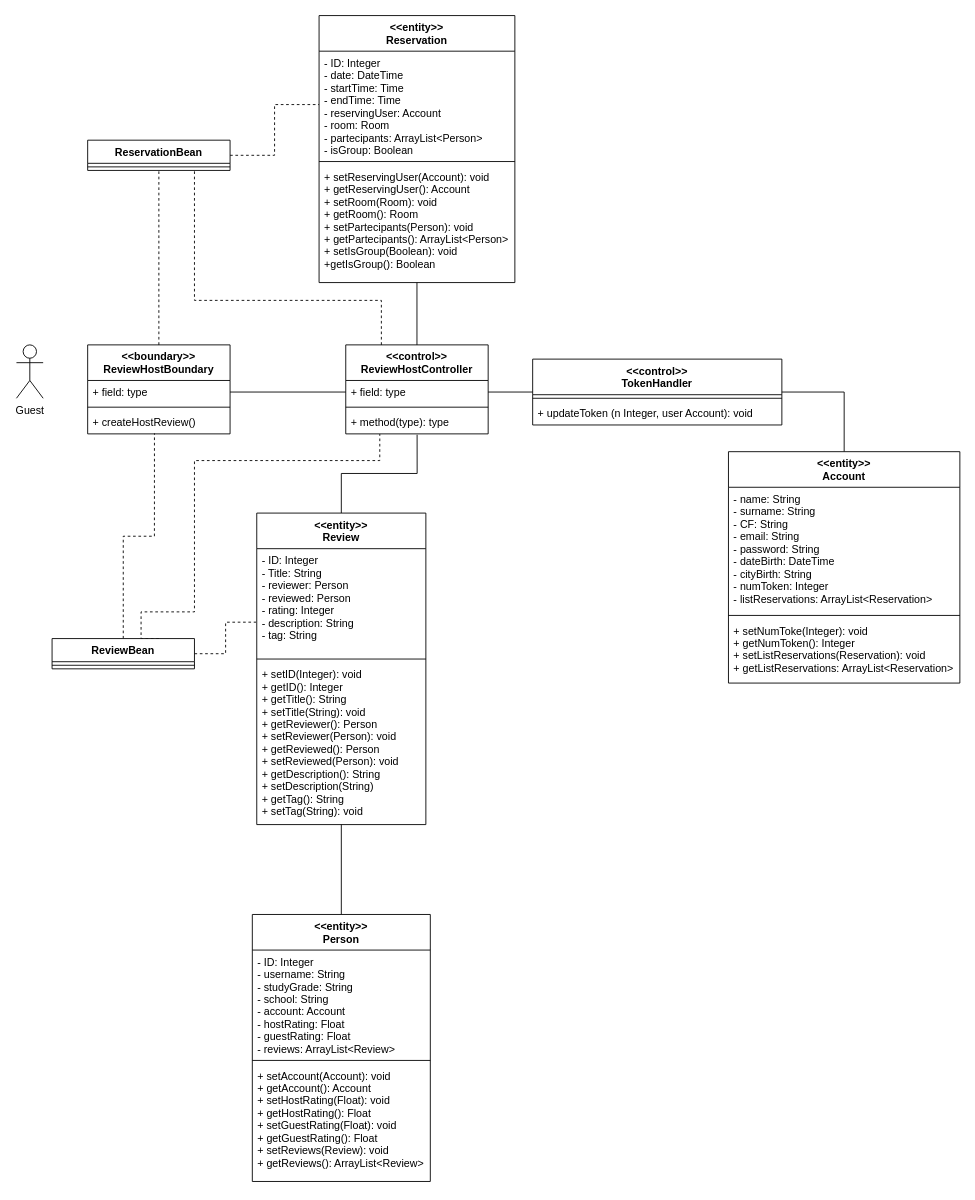
Earlier version of the draw.io diagram Deliverables/VoPC/VoPC ReviewHost Lite.drawio (nic-agos/DoveStudi). Source tidied: cells renumbered, new cells numbered last; positions are measured from the earlier drawing's top-left corner, leaving out a move shared by most shapes. Both pictures are drawn from the tidied source at 89%, with x=0, y=0 at pixel (16, 15).
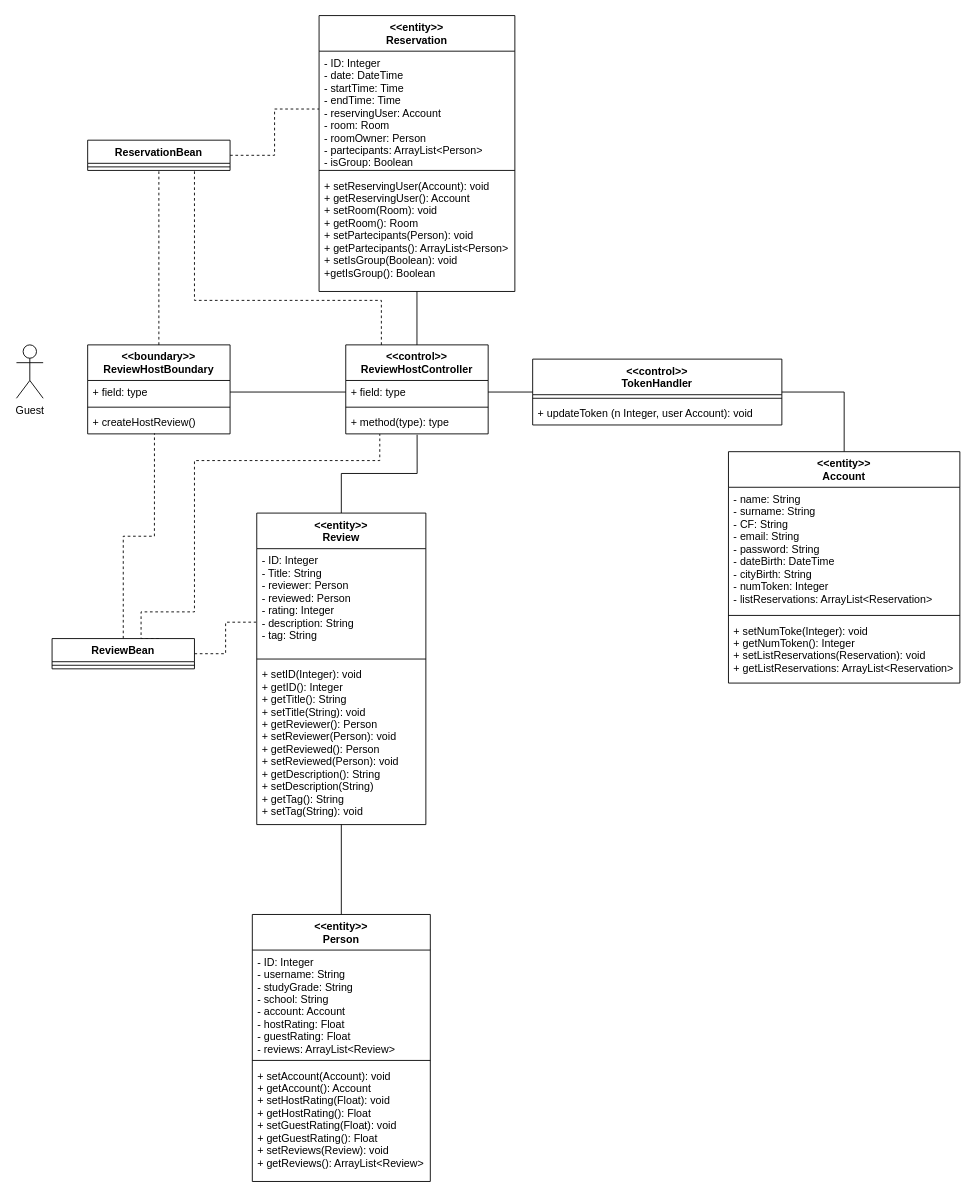
The same page after the edit.

Commit message:
added room owner

Change to the diagram source:
```diff
@@
     <mxCell id="42" value="&lt;&lt;entity&gt;&gt;&#10;Reservation" style="swimlane;fontStyle=1;align=center;verticalAlign=top;horizontal=1;startSize=40;" parent="1" vertex="1">
-      <mxGeometry x="340" width="220" height="300" as="geometry" />
+      <mxGeometry x="340" width="220" height="310" as="geometry" />
     </mxCell>
-    <mxCell id="43" value="- ID: Integer&#10;- date: DateTime&#10;- startTime: Time&#10;- endTime: Time&#10;- reservingUser: Account&#10;- room: Room&#10;- partecipants: ArrayList&lt;Person&gt;&#10;- isGroup: Boolean" style="text;strokeColor=none;fillColor=none;align=left;verticalAlign=top;spacingLeft=4;spacingRight=4;overflow=hidden;points=[[0,0.5],[1,0.5]];portConstraint=eastwest;" parent="42" vertex="1">
-      <mxGeometry y="40" width="220" height="120" as="geometry" />
+    <mxCell id="43" value="- ID: Integer&#10;- date: DateTime&#10;- startTime: Time&#10;- endTime: Time&#10;- reservingUser: Account&#10;- room: Room&#10;- roomOwner: Person&#10;- partecipants: ArrayList&lt;Person&gt;&#10;- isGroup: Boolean" style="text;strokeColor=none;fillColor=none;align=left;verticalAlign=top;spacingLeft=4;spacingRight=4;overflow=hidden;points=[[0,0.5],[1,0.5]];portConstraint=eastwest;" parent="42" vertex="1">
+      <mxGeometry y="40" width="220" height="130" as="geometry" />
     </mxCell>
     <mxCell id="44" style="line;strokeWidth=1;fillColor=none;align=left;verticalAlign=middle;spacingTop=-1;spacingLeft=3;spacingRight=3;labelPosition=right;" parent="42" vertex="1">
-      <mxGeometry y="160" width="220" height="8" as="geometry" />
+      <mxGeometry y="170" width="220" height="8" as="geometry" />
     </mxCell>
     <mxCell id="45" value="+ setReservingUser(Account): void&#10;+ getReservingUser(): Account&#10;+ setRoom(Room): void&#10;+ getRoom(): Room&#10;+ setPartecipants(Person): void&#10;+ getPartecipants(): ArrayList&lt;Person&gt;&#10;+ setIsGroup(Boolean): void&#10;+getIsGroup(): Boolean" style="text;strokeColor=none;fillColor=none;align=left;verticalAlign=top;spacingLeft=4;spacingRight=4;overflow=hidden;" parent="42" vertex="1">
-      <mxGeometry y="168" width="220" height="132" as="geometry" />
+      <mxGeometry y="178" width="220" height="132" as="geometry" />
     </mxCell>
```
